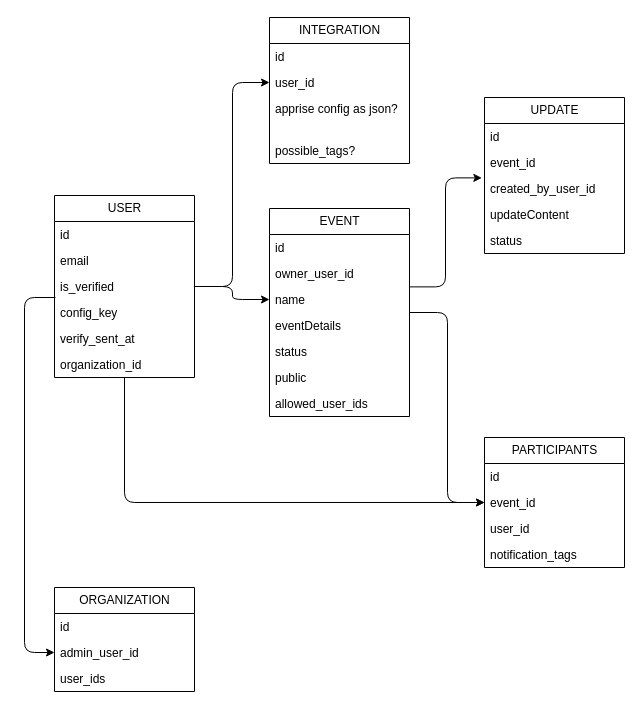
Before: page "Models" (4 of 4) of docs/ideas.drawio in pypeaday/soonish, a draw.io diagram. Source tidied: cells renumbered, new cells numbered last; positions are measured from the earlier drawing's top-left corner, leaving out a move shared by most shapes. Both pictures are drawn from the tidied source at 100%, with x=0, y=0 at pixel (24, 17).
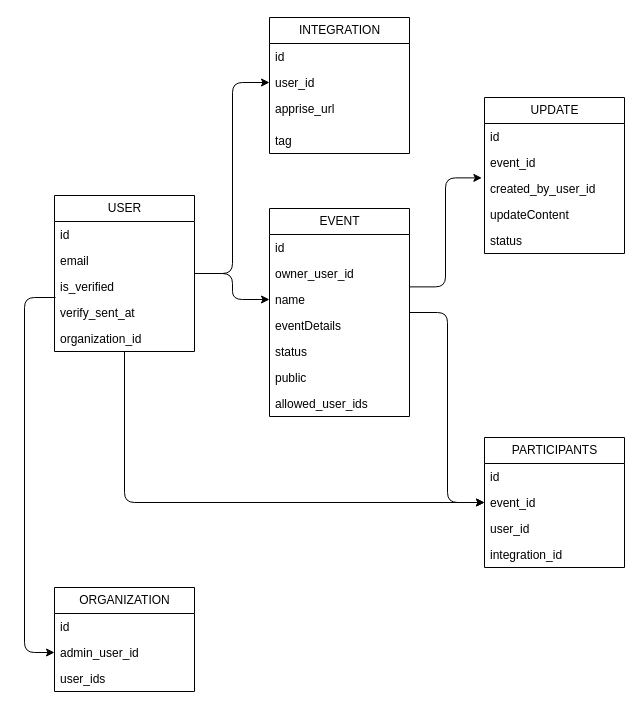
The same page after the edit.

The change refers to these unchanged cells:
```xml
<mxCell id="34" value="PARTICIPANTS" style="swimlane;fontStyle=0;horizontal=1;startSize=26;fillColor=none;html=1;" parent="1" vertex="1">
  <mxGeometry x="460" y="420" width="140" height="130" as="geometry" />
</mxCell>
```

Change to the diagram source:
```diff
@@
     <mxCell id="6" value="USER" style="swimlane;fontStyle=0;horizontal=1;startSize=26;fillColor=none;html=1;" parent="1" vertex="1">
-      <mxGeometry x="30" y="178" width="140" height="182" as="geometry" />
+      <mxGeometry x="30" y="178" width="140" height="156" as="geometry" />
     </mxCell>
@@
-    <mxCell id="10" value="config_key" style="text;strokeColor=none;fillColor=none;align=left;verticalAlign=top;spacingLeft=4;spacingRight=4;overflow=hidden;whiteSpace=wrap;html=1;" parent="6" vertex="1">
-      <mxGeometry y="104" width="140" height="26" as="geometry" />
-    </mxCell>
     <mxCell id="11" value="verify_sent_at" style="text;strokeColor=none;fillColor=none;align=left;verticalAlign=top;spacingLeft=4;spacingRight=4;overflow=hidden;whiteSpace=wrap;html=1;" parent="6" vertex="1">
-      <mxGeometry y="130" width="140" height="26" as="geometry" />
+      <mxGeometry y="104" width="140" height="26" as="geometry" />
     </mxCell>
     <mxCell id="12" value="organization_id" style="text;strokeColor=none;fillColor=none;align=left;verticalAlign=top;spacingLeft=4;spacingRight=4;overflow=hidden;whiteSpace=wrap;html=1;" parent="6" vertex="1">
-      <mxGeometry y="156" width="140" height="26" as="geometry" />
+      <mxGeometry y="130" width="140" height="26" as="geometry" />
     </mxCell>
     <mxCell id="13" value="INTEGRATION" style="swimlane;fontStyle=0;horizontal=1;startSize=26;fillColor=none;html=1;" parent="1" vertex="1">
-      <mxGeometry x="245" width="140" height="146" as="geometry" />
+      <mxGeometry x="245" width="140" height="136" as="geometry" />
     </mxCell>
@@
-    <mxCell id="16" value="apprise config as json?" style="text;strokeColor=none;fillColor=none;align=left;verticalAlign=top;spacingLeft=4;spacingRight=4;overflow=hidden;whiteSpace=wrap;html=1;" parent="13" vertex="1">
-      <mxGeometry y="78" width="140" height="42" as="geometry" />
+    <mxCell id="16" value="apprise_url" style="text;strokeColor=none;fillColor=none;align=left;verticalAlign=top;spacingLeft=4;spacingRight=4;overflow=hidden;whiteSpace=wrap;html=1;" parent="13" vertex="1">
+      <mxGeometry y="78" width="140" height="32" as="geometry" />
     </mxCell>
-    <mxCell id="17" value="possible_tags?" style="text;strokeColor=none;fillColor=none;align=left;verticalAlign=top;spacingLeft=4;spacingRight=4;overflow=hidden;whiteSpace=wrap;html=1;" parent="13" vertex="1">
-      <mxGeometry y="120" width="140" height="26" as="geometry" />
+    <mxCell id="17" value="tag" style="text;strokeColor=none;fillColor=none;align=left;verticalAlign=top;spacingLeft=4;spacingRight=4;overflow=hidden;whiteSpace=wrap;html=1;" parent="13" vertex="1">
+      <mxGeometry y="110" width="140" height="26" as="geometry" />
     </mxCell>
@@
-    <mxCell id="38" value="notification_tags" style="text;strokeColor=none;fillColor=none;align=left;verticalAlign=top;spacingLeft=4;spacingRight=4;overflow=hidden;whiteSpace=wrap;html=1;" parent="34" vertex="1">
+    <mxCell id="38" value="integration_id" style="text;strokeColor=none;fillColor=none;align=left;verticalAlign=top;spacingLeft=4;spacingRight=4;overflow=hidden;whiteSpace=wrap;html=1;" parent="34" vertex="1">
       <mxGeometry y="104" width="140" height="26" as="geometry" />
     </mxCell>
```
